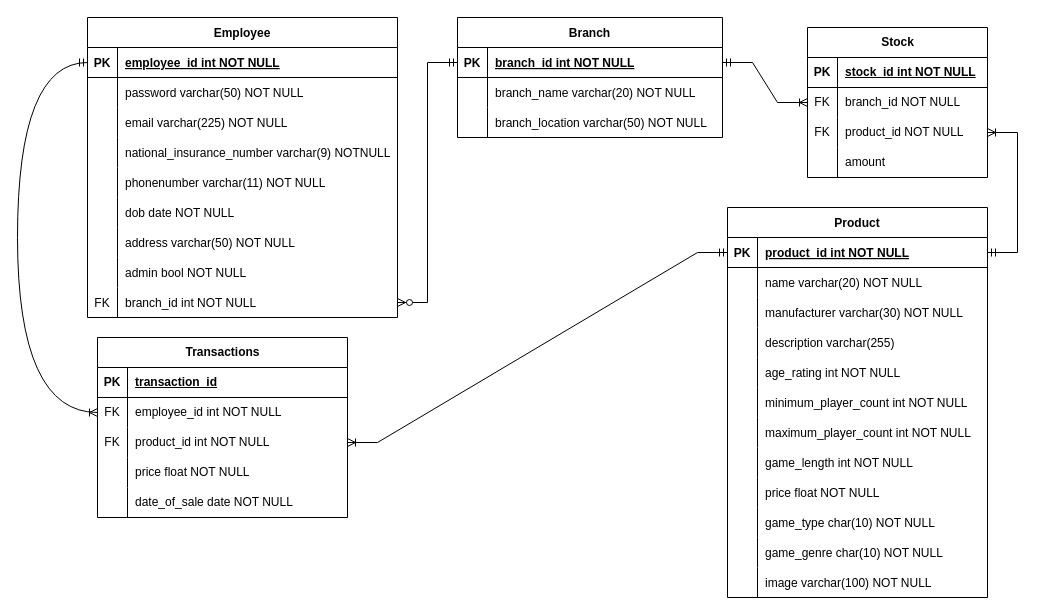
ScottForster400/Inventory-Managment-System keeps this draw.io diagram as docs/InventoryManagementSystemERD.drawio. Above is the earlier version. Source tidied: cells renumbered, new cells numbered last; positions are measured from the earlier drawing's top-left corner, leaving out a move shared by most shapes. Both pictures are drawn from the tidied source at 100%, with x=0, y=0 at pixel (17, 17).
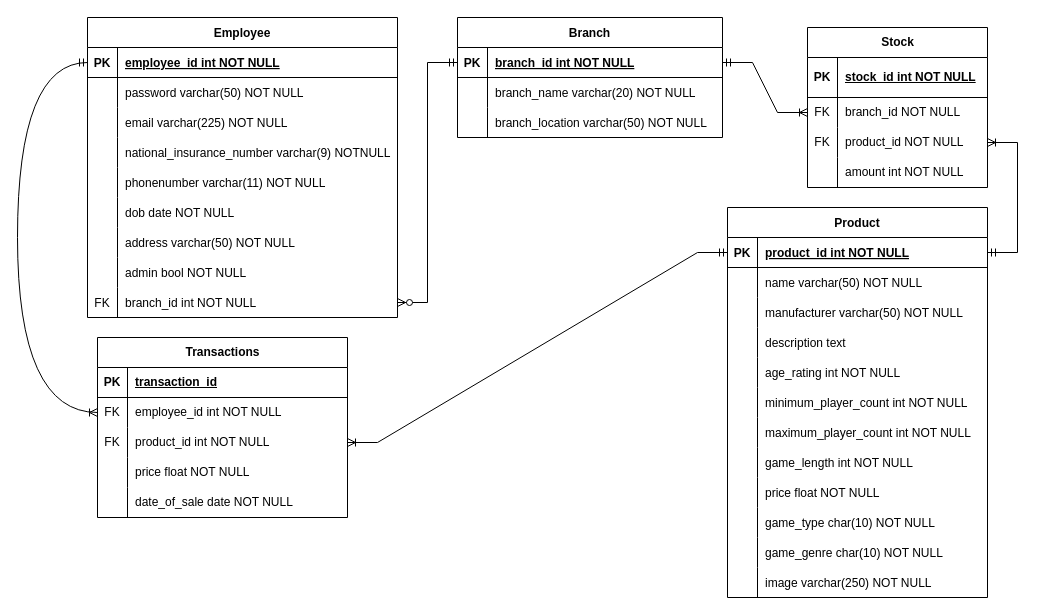
The same diagram, later.

Commit message:
altered erd

Unchanged cells that the change refers to:
```xml
<mxCell id="6" style="shape=partialRectangle;fillColor=none;top=0;left=0;right=0;bottom=0;" parent="2" vertex="1">
  <mxGeometry y="60" width="260" height="30" as="geometry" />
</mxCell>
<mxCell id="9" style="shape=partialRectangle;fillColor=none;top=0;left=0;right=0;bottom=0;" parent="2" vertex="1">
  <mxGeometry y="90" width="260" height="30" as="geometry" />
</mxCell>
<mxCell id="12" style="shape=partialRectangle;fillColor=none;top=0;left=0;right=0;bottom=0;" parent="2" vertex="1">
  <mxGeometry y="120" width="260" height="30" as="geometry" />
</mxCell>
<mxCell id="36" style="shape=partialRectangle;fillColor=none;top=0;left=0;right=0;bottom=0;" parent="2" vertex="1">
  <mxGeometry y="360" width="260" height="30" as="geometry" />
</mxCell>
```

Diff of the diagram source:
```diff
@@
-    <mxCell id="8" value="name varchar(20) NOT NULL" style="shape=partialRectangle;overflow=hidden;fillColor=none;top=0;left=0;bottom=0;right=0;align=left;spacingLeft=6;" parent="6" vertex="1">
+    <mxCell id="8" value="name varchar(50) NOT NULL" style="shape=partialRectangle;overflow=hidden;fillColor=none;top=0;left=0;bottom=0;right=0;align=left;spacingLeft=6;" parent="6" vertex="1">
       <mxGeometry x="30" width="230" height="30" as="geometry" />
     </mxCell>
@@
-    <mxCell id="11" value="manufacturer varchar(30) NOT NULL " style="shape=partialRectangle;overflow=hidden;fillColor=none;top=0;left=0;bottom=0;right=0;align=left;spacingLeft=6;" parent="9" vertex="1">
+    <mxCell id="11" value="manufacturer varchar(50) NOT NULL " style="shape=partialRectangle;overflow=hidden;fillColor=none;top=0;left=0;bottom=0;right=0;align=left;spacingLeft=6;" parent="9" vertex="1">
       <mxGeometry x="30" width="230" height="30" as="geometry" />
     </mxCell>
@@
-    <mxCell id="14" value="description varchar(255) " style="shape=partialRectangle;overflow=hidden;fillColor=none;top=0;left=0;bottom=0;right=0;align=left;spacingLeft=6;" parent="12" vertex="1">
+    <mxCell id="14" value="description text " style="shape=partialRectangle;overflow=hidden;fillColor=none;top=0;left=0;bottom=0;right=0;align=left;spacingLeft=6;" parent="12" vertex="1">
       <mxGeometry x="30" width="230" height="30" as="geometry" />
     </mxCell>
@@
-    <mxCell id="38" value="image varchar(100) NOT NULL" style="shape=partialRectangle;overflow=hidden;fillColor=none;top=0;left=0;bottom=0;right=0;align=left;spacingLeft=6;" parent="36" vertex="1">
+    <mxCell id="38" value="image varchar(250) NOT NULL" style="shape=partialRectangle;overflow=hidden;fillColor=none;top=0;left=0;bottom=0;right=0;align=left;spacingLeft=6;" parent="36" vertex="1">
       <mxGeometry x="30" width="230" height="30" as="geometry" />
     </mxCell>
@@
     <mxCell id="93" value="Stock" style="shape=table;startSize=30;childLayout=tableLayout;rowLines=0;fontStyle=1;align=center;html=1;" parent="1" vertex="1">
-      <mxGeometry x="790" y="10" width="180" height="150" as="geometry" />
+      <mxGeometry x="790" y="10" width="180" height="160" as="geometry" />
     </mxCell>
     <mxCell id="94" style="shape=tableRow;horizontal=0;startSize=0;swimlaneHead=0;swimlaneBody=0;fillColor=none;top=0;left=0;right=0;bottom=1;" parent="93" vertex="1">
-      <mxGeometry y="30" width="180" height="30" as="geometry" />
+      <mxGeometry y="30" width="180" height="40" as="geometry" />
     </mxCell>
     <mxCell id="95" value="PK" style="shape=partialRectangle;fillColor=none;top=0;left=0;bottom=0;right=0;fontStyle=1;overflow=hidden;whiteSpace=wrap;html=1;" parent="94" vertex="1">
-      <mxGeometry width="30" height="30" as="geometry" />
+      <mxGeometry width="30" height="40" as="geometry" />
     </mxCell>
     <mxCell id="96" value="stock_id int NOT NULL" style="shape=partialRectangle;fillColor=none;top=0;left=0;bottom=0;right=0;align=left;spacingLeft=6;fontStyle=5;overflow=hidden;whiteSpace=wrap;html=1;" parent="94" vertex="1">
-      <mxGeometry x="30" width="150" height="30" as="geometry" />
+      <mxGeometry x="30" width="150" height="40" as="geometry" />
     </mxCell>
     <mxCell id="97" style="shape=tableRow;horizontal=0;startSize=0;swimlaneHead=0;swimlaneBody=0;fillColor=none;points=[[0,0.5],[1,0.5]];portConstraint=eastwest;top=0;left=0;right=0;bottom=0;" parent="93" vertex="1">
-      <mxGeometry y="60" width="180" height="30" as="geometry" />
+      <mxGeometry y="70" width="180" height="30" as="geometry" />
     </mxCell>
@@
     <mxCell id="100" style="shape=tableRow;horizontal=0;startSize=0;swimlaneHead=0;swimlaneBody=0;fillColor=none;points=[[0,0.5],[1,0.5]];portConstraint=eastwest;top=0;left=0;right=0;bottom=0;" parent="93" vertex="1">
-      <mxGeometry y="90" width="180" height="30" as="geometry" />
+      <mxGeometry y="100" width="180" height="30" as="geometry" />
     </mxCell>
@@
     <mxCell id="103" style="shape=tableRow;horizontal=0;startSize=0;swimlaneHead=0;swimlaneBody=0;fillColor=none;top=0;left=0;right=0;bottom=0;" parent="93" vertex="1">
-      <mxGeometry y="120" width="180" height="30" as="geometry" />
+      <mxGeometry y="130" width="180" height="30" as="geometry" />
     </mxCell>
@@
-    <mxCell id="105" value="amount" style="shape=partialRectangle;fillColor=none;top=0;left=0;bottom=0;right=0;align=left;spacingLeft=6;overflow=hidden;whiteSpace=wrap;html=1;" parent="103" vertex="1">
+    <mxCell id="105" value="amount int NOT NULL" style="shape=partialRectangle;fillColor=none;top=0;left=0;bottom=0;right=0;align=left;spacingLeft=6;overflow=hidden;whiteSpace=wrap;html=1;" parent="103" vertex="1">
       <mxGeometry x="30" width="150" height="30" as="geometry" />
     </mxCell>
```
